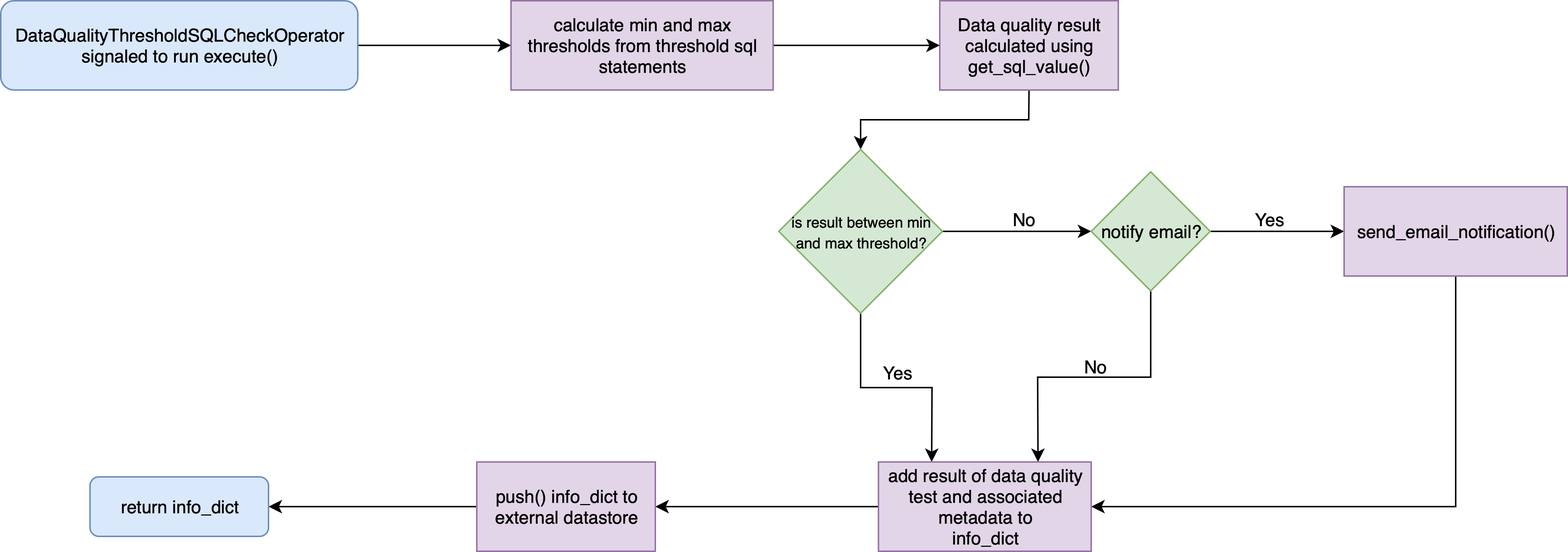
Raybeam/rb_quality_plugin keeps this draw.io diagram as operator_diagrams/data_quality_threshold_sql_check_operator_flowchart.png. Above is the earlier version. Source tidied: cells renumbered, new cells last; positions are measured from the earlier drawing's top-left corner, leaving out a move shared by most shapes. Source of this version:
```xml
<mxGraphModel>
  <root>
    <mxCell id="0" />
    <mxCell id="1" parent="0" />
    <mxCell id="2" style="edgeStyle=orthogonalEdgeStyle;rounded=0;jettySize=auto;html=1;exitX=1;exitY=0.5;exitDx=0;exitDy=0;entryX=0;entryY=0.5;entryDx=0;entryDy=0;" parent="1" edge="1" source="3" target="24">
      <mxGeometry relative="1" as="geometry" />
    </mxCell>
    <mxCell id="3" value="&lt;span style=&quot;white-space: normal&quot;&gt;DataQualityThresholdSQLCheckOperator signaled to run execute()&lt;/span&gt;" style="rounded=1;whiteSpace=wrap;html=1;fillColor=#dae8fc;strokeColor=#6c8ebf;" parent="1" vertex="1">
      <mxGeometry width="240" height="60" as="geometry" />
    </mxCell>
    <mxCell id="4" style="edgeStyle=orthogonalEdgeStyle;rounded=0;jettySize=auto;html=1;exitX=0.5;exitY=1;exitDx=0;exitDy=0;entryX=0.5;entryY=0;entryDx=0;entryDy=0;" parent="1" edge="1" source="5" target="8">
      <mxGeometry relative="1" as="geometry" />
    </mxCell>
    <mxCell id="5" value="Data quality result calculated using get_sql_value()" style="rounded=0;whiteSpace=wrap;html=1;fillColor=#e1d5e7;strokeColor=#9673a6;" parent="1" vertex="1">
      <mxGeometry x="631.2" width="120" height="60" as="geometry" />
    </mxCell>
    <mxCell id="6" style="edgeStyle=orthogonalEdgeStyle;rounded=0;jettySize=auto;html=1;exitX=1;exitY=0.5;exitDx=0;exitDy=0;entryX=0;entryY=0.5;entryDx=0;entryDy=0;" parent="1" edge="1" source="8" target="12">
      <mxGeometry relative="1" as="geometry" />
    </mxCell>
    <mxCell id="7" style="edgeStyle=orthogonalEdgeStyle;rounded=0;jettySize=auto;html=1;exitX=0.5;exitY=1;exitDx=0;exitDy=0;entryX=0.25;entryY=0;entryDx=0;entryDy=0;" parent="1" edge="1" source="8" target="17">
      <mxGeometry relative="1" as="geometry" />
    </mxCell>
    <mxCell id="8" value="&lt;font style=&quot;font-size: 10px&quot;&gt;is result between min and max threshold?&lt;/font&gt;" style="rhombus;whiteSpace=wrap;html=1;fillColor=#d5e8d4;strokeColor=#82b366;" parent="1" vertex="1">
      <mxGeometry x="523" y="100" width="110" height="110" as="geometry" />
    </mxCell>
    <mxCell id="9" value="No" style="text;html=1;align=center;verticalAlign=middle;" parent="1" vertex="1">
      <mxGeometry x="673" y="137" width="30" height="20" as="geometry" />
    </mxCell>
    <mxCell id="10" style="edgeStyle=orthogonalEdgeStyle;rounded=0;jettySize=auto;html=1;exitX=0.5;exitY=1;exitDx=0;exitDy=0;entryX=0.75;entryY=0;entryDx=0;entryDy=0;" parent="1" edge="1" source="12" target="17">
      <mxGeometry relative="1" as="geometry" />
    </mxCell>
    <mxCell id="11" style="edgeStyle=orthogonalEdgeStyle;rounded=0;jettySize=auto;html=1;exitX=1;exitY=0.5;exitDx=0;exitDy=0;entryX=0;entryY=0.5;entryDx=0;entryDy=0;" parent="1" edge="1" source="12" target="15">
      <mxGeometry relative="1" as="geometry" />
    </mxCell>
    <mxCell id="12" value="notify email?" style="rhombus;whiteSpace=wrap;html=1;fillColor=#d5e8d4;strokeColor=#82b366;" parent="1" vertex="1">
      <mxGeometry x="733" y="115" width="80" height="80" as="geometry" />
    </mxCell>
    <mxCell id="13" value="Yes" style="text;html=1;align=center;verticalAlign=middle;" parent="1" vertex="1">
      <mxGeometry x="583" y="240" width="40" height="20" as="geometry" />
    </mxCell>
    <mxCell id="14" style="edgeStyle=orthogonalEdgeStyle;rounded=0;jettySize=auto;html=1;exitX=0.5;exitY=1;exitDx=0;exitDy=0;entryX=1;entryY=0.5;entryDx=0;entryDy=0;" parent="1" edge="1" source="15" target="17">
      <mxGeometry relative="1" as="geometry" />
    </mxCell>
    <mxCell id="15" value="send_email_notification()" style="rounded=0;whiteSpace=wrap;html=1;fillColor=#e1d5e7;strokeColor=#9673a6;" parent="1" vertex="1">
      <mxGeometry x="903" y="125" width="150" height="60" as="geometry" />
    </mxCell>
    <mxCell id="16" style="edgeStyle=orthogonalEdgeStyle;rounded=0;jettySize=auto;html=1;" parent="1" edge="1" source="17" target="21">
      <mxGeometry relative="1" as="geometry" />
    </mxCell>
    <mxCell id="17" value="add result of data quality test and associated metadata to&lt;br&gt;info_dict" style="rounded=0;whiteSpace=wrap;html=1;fillColor=#e1d5e7;strokeColor=#9673a6;" parent="1" vertex="1">
      <mxGeometry x="590" y="310" width="143" height="60" as="geometry" />
    </mxCell>
    <mxCell id="18" value="No" style="text;html=1;align=center;verticalAlign=middle;" parent="1" vertex="1">
      <mxGeometry x="721.2" y="236" width="30" height="20" as="geometry" />
    </mxCell>
    <mxCell id="19" value="Yes" style="text;html=1;align=center;verticalAlign=middle;" parent="1" vertex="1">
      <mxGeometry x="833" y="137" width="40" height="20" as="geometry" />
    </mxCell>
    <mxCell id="20" style="edgeStyle=orthogonalEdgeStyle;rounded=0;jettySize=auto;html=1;" parent="1" edge="1" source="21" target="22">
      <mxGeometry relative="1" as="geometry" />
    </mxCell>
    <mxCell id="21" value="push() info_dict to external datastore" style="rounded=0;whiteSpace=wrap;html=1;fillColor=#e1d5e7;strokeColor=#9673a6;" parent="1" vertex="1">
      <mxGeometry x="320" y="310" width="120" height="60" as="geometry" />
    </mxCell>
    <mxCell id="22" value="return info_dict" style="rounded=1;whiteSpace=wrap;html=1;fillColor=#dae8fc;strokeColor=#6c8ebf;" parent="1" vertex="1">
      <mxGeometry x="60" y="320" width="120" height="40" as="geometry" />
    </mxCell>
    <mxCell id="23" style="edgeStyle=orthogonalEdgeStyle;rounded=0;jettySize=auto;html=1;exitX=1;exitY=0.5;exitDx=0;exitDy=0;entryX=0;entryY=0.5;entryDx=0;entryDy=0;" parent="1" edge="1" source="24" target="5">
      <mxGeometry relative="1" as="geometry" />
    </mxCell>
    <mxCell id="24" value="calculate min and max thresholds from threshold sql statements" style="rounded=0;whiteSpace=wrap;html=1;fillColor=#e1d5e7;strokeColor=#9673a6;" parent="1" vertex="1">
      <mxGeometry x="343" width="176.2" height="60" as="geometry" />
    </mxCell>
  </root>
</mxGraphModel>
```
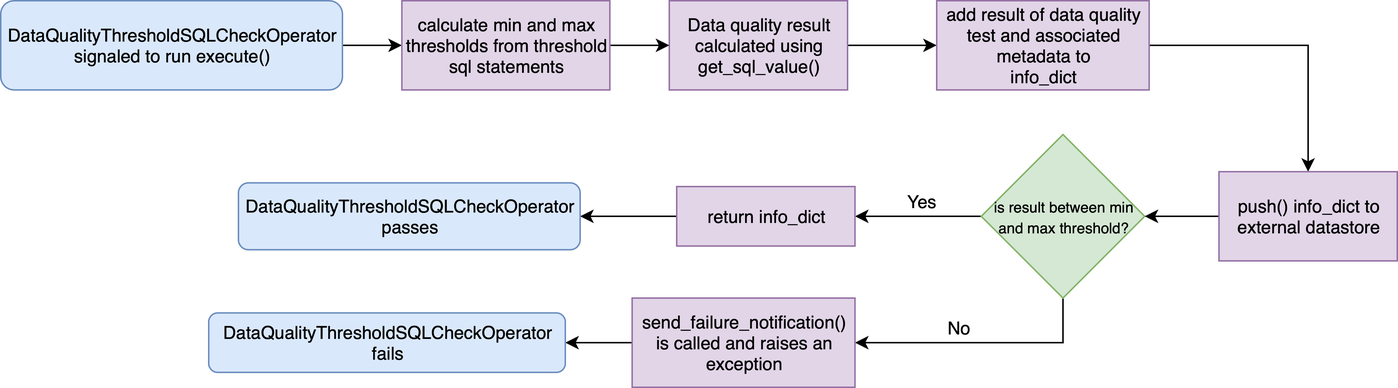
The same file after the commit.

Change to the diagram source:
```diff
@@ -2,74 +2,72 @@
   <root>
     <mxCell id="0" />
     <mxCell id="1" parent="0" />
-    <mxCell id="2" style="edgeStyle=orthogonalEdgeStyle;rounded=0;jettySize=auto;html=1;exitX=1;exitY=0.5;exitDx=0;exitDy=0;entryX=0;entryY=0.5;entryDx=0;entryDy=0;" parent="1" edge="1" source="3" target="24">
+    <mxCell id="2" style="edgeStyle=orthogonalEdgeStyle;rounded=0;jettySize=auto;html=1;entryX=0;entryY=0.5;entryDx=0;entryDy=0;" parent="1" edge="1" source="3" target="24">
       <mxGeometry relative="1" as="geometry" />
     </mxCell>
     <mxCell id="3" value="&lt;span style=&quot;white-space: normal&quot;&gt;DataQualityThresholdSQLCheckOperator signaled to run execute()&lt;/span&gt;" style="rounded=1;whiteSpace=wrap;html=1;fillColor=#dae8fc;strokeColor=#6c8ebf;" parent="1" vertex="1">
-      <mxGeometry width="240" height="60" as="geometry" />
+      <mxGeometry x="-20" width="230" height="60" as="geometry" />
     </mxCell>
-    <mxCell id="4" style="edgeStyle=orthogonalEdgeStyle;rounded=0;jettySize=auto;html=1;exitX=0.5;exitY=1;exitDx=0;exitDy=0;entryX=0.5;entryY=0;entryDx=0;entryDy=0;" parent="1" edge="1" source="5" target="8">
-      <mxGeometry relative="1" as="geometry" />
-    </mxCell>
+    <mxCell id="25" style="edgeStyle=orthogonalEdgeStyle;rounded=0;jettySize=auto;html=1;entryX=0;entryY=0.5;entryDx=0;entryDy=0;" parent="1" edge="1" source="5" target="17">
+      <mxGeometry relative="1" as="geometry" />
+    </mxCell>
     <mxCell id="5" value="Data quality result calculated using get_sql_value()" style="rounded=0;whiteSpace=wrap;html=1;fillColor=#e1d5e7;strokeColor=#9673a6;" parent="1" vertex="1">
-      <mxGeometry x="631.2" width="120" height="60" as="geometry" />
+      <mxGeometry x="430" width="120" height="60" as="geometry" />
     </mxCell>
-    <mxCell id="6" style="edgeStyle=orthogonalEdgeStyle;rounded=0;jettySize=auto;html=1;exitX=1;exitY=0.5;exitDx=0;exitDy=0;entryX=0;entryY=0.5;entryDx=0;entryDy=0;" parent="1" edge="1" source="8" target="12">
-      <mxGeometry relative="1" as="geometry" />
-    </mxCell>
-    <mxCell id="7" style="edgeStyle=orthogonalEdgeStyle;rounded=0;jettySize=auto;html=1;exitX=0.5;exitY=1;exitDx=0;exitDy=0;entryX=0.25;entryY=0;entryDx=0;entryDy=0;" parent="1" edge="1" source="8" target="17">
-      <mxGeometry relative="1" as="geometry" />
-    </mxCell>
+    <mxCell id="26" style="edgeStyle=orthogonalEdgeStyle;rounded=0;jettySize=auto;html=1;entryX=1;entryY=0.5;entryDx=0;entryDy=0;" parent="1" edge="1" source="8" target="22">
+      <mxGeometry relative="1" as="geometry" />
+    </mxCell>
+    <mxCell id="27" style="edgeStyle=orthogonalEdgeStyle;rounded=0;jettySize=auto;html=1;exitX=0.5;exitY=1;exitDx=0;exitDy=0;entryX=1;entryY=0.5;entryDx=0;entryDy=0;" parent="1" edge="1" source="8" target="15">
+      <mxGeometry relative="1" as="geometry" />
+    </mxCell>
     <mxCell id="8" value="&lt;font style=&quot;font-size: 10px&quot;&gt;is result between min and max threshold?&lt;/font&gt;" style="rhombus;whiteSpace=wrap;html=1;fillColor=#d5e8d4;strokeColor=#82b366;" parent="1" vertex="1">
-      <mxGeometry x="523" y="100" width="110" height="110" as="geometry" />
+      <mxGeometry x="640" y="90" width="110" height="110" as="geometry" />
     </mxCell>
     <mxCell id="9" value="No" style="text;html=1;align=center;verticalAlign=middle;" parent="1" vertex="1">
-      <mxGeometry x="673" y="137" width="30" height="20" as="geometry" />
+      <mxGeometry x="610" y="210" width="30" height="20" as="geometry" />
     </mxCell>
-    <mxCell id="10" style="edgeStyle=orthogonalEdgeStyle;rounded=0;jettySize=auto;html=1;exitX=0.5;exitY=1;exitDx=0;exitDy=0;entryX=0.75;entryY=0;entryDx=0;entryDy=0;" parent="1" edge="1" source="12" target="17">
-      <mxGeometry relative="1" as="geometry" />
-    </mxCell>
-    <mxCell id="11" style="edgeStyle=orthogonalEdgeStyle;rounded=0;jettySize=auto;html=1;exitX=1;exitY=0.5;exitDx=0;exitDy=0;entryX=0;entryY=0.5;entryDx=0;entryDy=0;" parent="1" edge="1" source="12" target="15">
-      <mxGeometry relative="1" as="geometry" />
-    </mxCell>
-    <mxCell id="12" value="notify email?" style="rhombus;whiteSpace=wrap;html=1;fillColor=#d5e8d4;strokeColor=#82b366;" parent="1" vertex="1">
-      <mxGeometry x="733" y="115" width="80" height="80" as="geometry" />
-    </mxCell>
     <mxCell id="13" value="Yes" style="text;html=1;align=center;verticalAlign=middle;" parent="1" vertex="1">
-      <mxGeometry x="583" y="240" width="40" height="20" as="geometry" />
+      <mxGeometry x="580" y="125" width="40" height="20" as="geometry" />
     </mxCell>
-    <mxCell id="14" style="edgeStyle=orthogonalEdgeStyle;rounded=0;jettySize=auto;html=1;exitX=0.5;exitY=1;exitDx=0;exitDy=0;entryX=1;entryY=0.5;entryDx=0;entryDy=0;" parent="1" edge="1" source="15" target="17">
-      <mxGeometry relative="1" as="geometry" />
-    </mxCell>
+    <mxCell id="28" style="edgeStyle=orthogonalEdgeStyle;rounded=0;jettySize=auto;html=1;entryX=1;entryY=0.5;entryDx=0;entryDy=0;" parent="1" edge="1" source="15">
+      <mxGeometry relative="1" as="geometry">
+        <mxPoint x="360" y="230" as="targetPoint" />
+      </mxGeometry>
+    </mxCell>
-    <mxCell id="15" value="send_email_notification()" style="rounded=0;whiteSpace=wrap;html=1;fillColor=#e1d5e7;strokeColor=#9673a6;" parent="1" vertex="1">
-      <mxGeometry x="903" y="125" width="150" height="60" as="geometry" />
+    <mxCell id="15" value="send_failure_notification()&lt;br&gt;is called and raises an exception" style="rounded=0;whiteSpace=wrap;html=1;fillColor=#e1d5e7;strokeColor=#9673a6;" parent="1" vertex="1">
+      <mxGeometry x="405" y="200" width="150" height="60" as="geometry" />
     </mxCell>
-    <mxCell id="16" style="edgeStyle=orthogonalEdgeStyle;rounded=0;jettySize=auto;html=1;" parent="1" edge="1" source="17" target="21">
+    <mxCell id="16" style="edgeStyle=orthogonalEdgeStyle;rounded=0;jettySize=auto;html=1;entryX=0.5;entryY=0;entryDx=0;entryDy=0;" parent="1" edge="1" source="17" target="21">
       <mxGeometry relative="1" as="geometry" />
     </mxCell>
     <mxCell id="17" value="add result of data quality test and associated metadata to&lt;br&gt;info_dict" style="rounded=0;whiteSpace=wrap;html=1;fillColor=#e1d5e7;strokeColor=#9673a6;" parent="1" vertex="1">
-      <mxGeometry x="590" y="310" width="143" height="60" as="geometry" />
+      <mxGeometry x="610" width="143" height="60" as="geometry" />
     </mxCell>
-    <mxCell id="18" value="No" style="text;html=1;align=center;verticalAlign=middle;" parent="1" vertex="1">
-      <mxGeometry x="721.2" y="236" width="30" height="20" as="geometry" />
-    </mxCell>
-    <mxCell id="19" value="Yes" style="text;html=1;align=center;verticalAlign=middle;" parent="1" vertex="1">
-      <mxGeometry x="833" y="137" width="40" height="20" as="geometry" />
-    </mxCell>
-    <mxCell id="20" style="edgeStyle=orthogonalEdgeStyle;rounded=0;jettySize=auto;html=1;" parent="1" edge="1" source="21" target="22">
-      <mxGeometry relative="1" as="geometry" />
-    </mxCell>
+    <mxCell id="29" style="edgeStyle=orthogonalEdgeStyle;rounded=0;jettySize=auto;html=1;entryX=1;entryY=0.5;entryDx=0;entryDy=0;" parent="1" edge="1" source="21" target="8">
+      <mxGeometry relative="1" as="geometry" />
+    </mxCell>
     <mxCell id="21" value="push() info_dict to external datastore" style="rounded=0;whiteSpace=wrap;html=1;fillColor=#e1d5e7;strokeColor=#9673a6;" parent="1" vertex="1">
-      <mxGeometry x="320" y="310" width="120" height="60" as="geometry" />
+      <mxGeometry x="800" y="115" width="120" height="60" as="geometry" />
     </mxCell>
+    <mxCell id="30" style="edgeStyle=orthogonalEdgeStyle;rounded=0;jettySize=auto;html=1;entryX=1;entryY=0.5;entryDx=0;entryDy=0;" parent="1" edge="1" source="22">
+      <mxGeometry relative="1" as="geometry">
+        <mxPoint x="370" y="145" as="targetPoint" />
+      </mxGeometry>
+    </mxCell>
-    <mxCell id="22" value="return info_dict" style="rounded=1;whiteSpace=wrap;html=1;fillColor=#dae8fc;strokeColor=#6c8ebf;" parent="1" vertex="1">
-      <mxGeometry x="60" y="320" width="120" height="40" as="geometry" />
+    <mxCell id="22" value="return info_dict" style="rounded=0;whiteSpace=wrap;html=1;fillColor=#e1d5e7;strokeColor=#9673a6;" parent="1" vertex="1">
+      <mxGeometry x="435" y="125" width="120" height="40" as="geometry" />
     </mxCell>
+    <mxCell id="31" value="&lt;span style=&quot;white-space: normal&quot;&gt;DataQualityThresholdSQLCheckOperator&lt;br&gt;passes&lt;br&gt;&lt;/span&gt;" style="rounded=1;whiteSpace=wrap;html=1;fillColor=#dae8fc;strokeColor=#6c8ebf;" parent="1" vertex="1">
+      <mxGeometry x="140" y="122.5" width="230" height="45" as="geometry" />
+    </mxCell>
+    <mxCell id="32" value="&lt;span style=&quot;white-space: normal&quot;&gt;DataQualityThresholdSQLCheckOperator&lt;br&gt;fails&lt;br&gt;&lt;/span&gt;" style="rounded=1;whiteSpace=wrap;html=1;fillColor=#dae8fc;strokeColor=#6c8ebf;" parent="1" vertex="1">
+      <mxGeometry x="120" y="210" width="240" height="40" as="geometry" />
+    </mxCell>
-    <mxCell id="23" style="edgeStyle=orthogonalEdgeStyle;rounded=0;jettySize=auto;html=1;exitX=1;exitY=0.5;exitDx=0;exitDy=0;entryX=0;entryY=0.5;entryDx=0;entryDy=0;" parent="1" edge="1" source="24" target="5">
+    <mxCell id="23" style="edgeStyle=orthogonalEdgeStyle;rounded=0;jettySize=auto;html=1;entryX=0;entryY=0.5;entryDx=0;entryDy=0;" parent="1" edge="1" source="24" target="5">
       <mxGeometry relative="1" as="geometry" />
     </mxCell>
     <mxCell id="24" value="calculate min and max thresholds from threshold sql statements" style="rounded=0;whiteSpace=wrap;html=1;fillColor=#e1d5e7;strokeColor=#9673a6;" parent="1" vertex="1">
-      <mxGeometry x="343" width="176.2" height="60" as="geometry" />
+      <mxGeometry x="250" width="140" height="60" as="geometry" />
     </mxCell>
   </root>
 </mxGraphModel>
```
